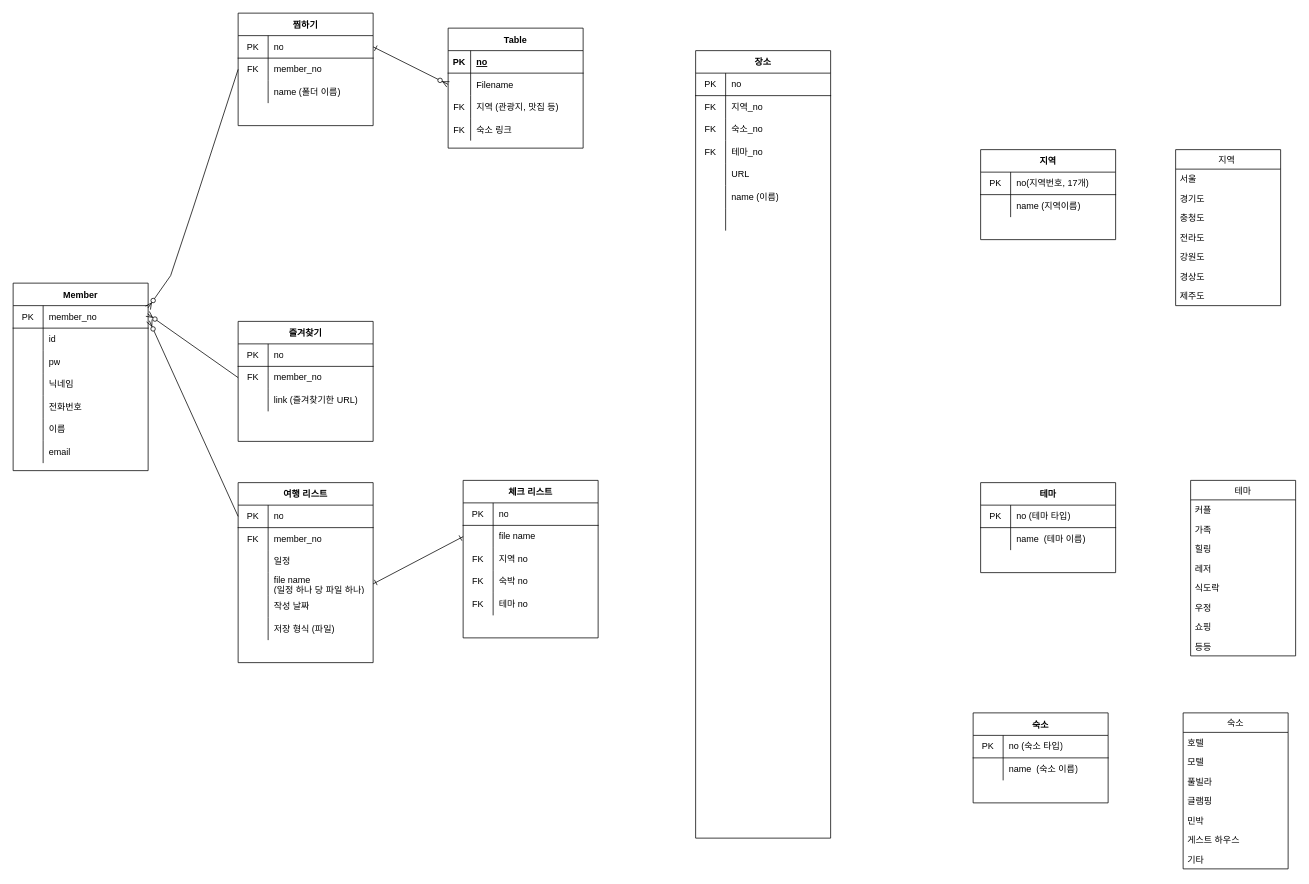
shienka07/DB_study keeps this draw.io diagram as page "Page-1" (1 of 2) of Day_04/최종.drawio. Above is the earlier version. Source tidied: cells renumbered, new cells numbered last; positions are measured from the earlier drawing's top-left corner, leaving out a move shared by most shapes. Both pictures are drawn from the tidied source at 75%, with x=0, y=0 at pixel (13, 13).
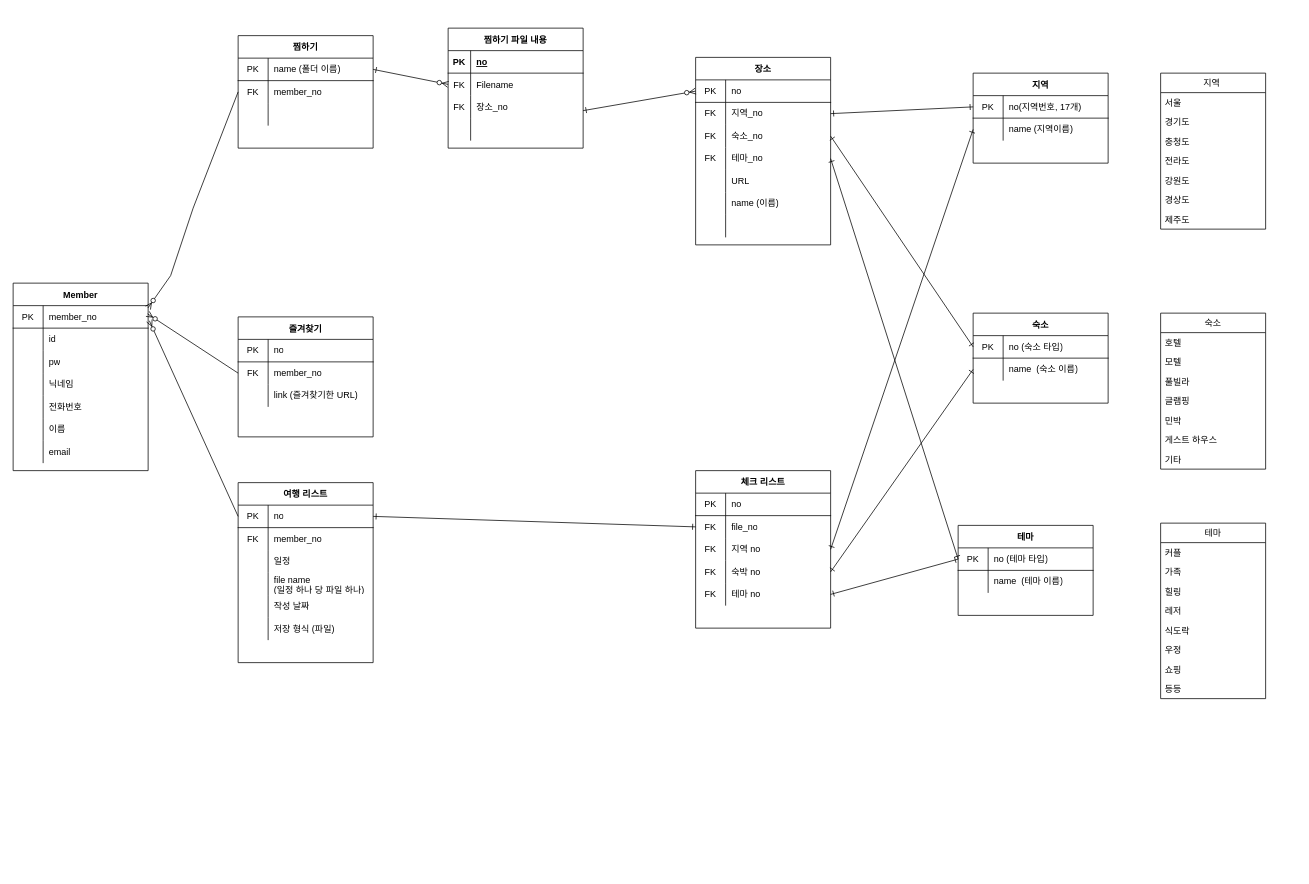
The same diagram, later.

The change refers to these unchanged cells:
```xml
<mxCell id="50" style="shape=partialRectangle;html=1;whiteSpace=wrap;fillColor=none;top=0;left=0;bottom=1;right=0;points=[[0,0.5],[1,0.5]];portConstraint=eastwest;" parent="49" vertex="1">
  <mxGeometry y="30" width="180" height="30" as="geometry" />
</mxCell>
<mxCell id="53" style="shape=partialRectangle;html=1;whiteSpace=wrap;fillColor=none;top=0;left=0;bottom=0;right=0;points=[[0,0.5],[1,0.5]];portConstraint=eastwest;" parent="49" vertex="1">
  <mxGeometry y="60" width="180" height="30" as="geometry" />
</mxCell>
<mxCell id="57" style="shape=partialRectangle;html=1;whiteSpace=wrap;fillColor=none;top=0;left=0;bottom=1;right=0;points=[[0,0.5],[1,0.5]];portConstraint=eastwest;" parent="56" vertex="1">
  <mxGeometry y="30" width="180" height="30" as="geometry" />
</mxCell>
<mxCell id="74" style="shape=partialRectangle;html=1;whiteSpace=wrap;fillColor=none;top=0;left=0;bottom=1;right=0;points=[[0,0.5],[1,0.5]];portConstraint=eastwest;" parent="73" vertex="1">
  <mxGeometry y="30" width="180" height="30" as="geometry" />
</mxCell>
<mxCell id="80" style="shape=partialRectangle;html=1;whiteSpace=wrap;fillColor=none;top=0;left=0;bottom=0;right=0;" parent="73" vertex="1">
  <mxGeometry y="90" width="180" height="30" as="geometry" />
</mxCell>
<mxCell id="84" style="shape=partialRectangle;html=1;whiteSpace=wrap;fillColor=none;top=0;left=0;bottom=1;right=0;points=[[0,0.5],[1,0.5]];portConstraint=eastwest;" parent="83" vertex="1">
  <mxGeometry y="30" width="180" height="30" as="geometry" />
</mxCell>
<mxCell id="93" style="shape=partialRectangle;html=1;whiteSpace=wrap;fillColor=none;top=0;left=0;bottom=0;right=0;points=[[0,0.5],[1,0.5]];portConstraint=eastwest;" parent="83" vertex="1">
  <mxGeometry y="120" width="180" height="30" as="geometry" />
</mxCell>
<mxCell id="106" style="shape=partialRectangle;html=1;whiteSpace=wrap;fillColor=none;top=0;left=0;bottom=0;right=0;points=[[0,0.5],[1,0.5]];portConstraint=eastwest;" parent="102" vertex="1">
  <mxGeometry y="60" width="180" height="30" as="geometry" />
</mxCell>
<mxCell id="109" style="shape=partialRectangle;html=1;whiteSpace=wrap;fillColor=none;top=0;left=0;bottom=0;right=0;points=[[0,0.5],[1,0.5]];portConstraint=eastwest;" parent="102" vertex="1">
  <mxGeometry y="90" width="180" height="30" as="geometry" />
</mxCell>
<mxCell id="112" style="shape=partialRectangle;html=1;whiteSpace=wrap;fillColor=none;top=0;left=0;bottom=0;right=0;points=[[0,0.5],[1,0.5]];portConstraint=eastwest;" parent="102" vertex="1">
  <mxGeometry y="120" width="180" height="30" as="geometry" />
</mxCell>
<mxCell id="115" style="shape=partialRectangle;html=1;whiteSpace=wrap;fillColor=none;top=0;left=0;bottom=0;right=0;points=[[0,0.5],[1,0.5]];portConstraint=eastwest;" parent="102" vertex="1">
  <mxGeometry y="150" width="180" height="30" as="geometry" />
</mxCell>
<mxCell id="126" style="shape=partialRectangle;fillColor=none;top=0;left=0;bottom=0;right=0;points=[[0,0.5],[1,0.5]];portConstraint=eastwest;" parent="122" vertex="1">
  <mxGeometry y="60" width="180" height="30" as="geometry" />
</mxCell>
<mxCell id="137" style="shape=partialRectangle;html=1;whiteSpace=wrap;fillColor=none;top=0;left=0;bottom=1;right=0;points=[[0,0.5],[1,0.5]];portConstraint=eastwest;" parent="136" vertex="1">
  <mxGeometry y="30" width="180" height="30" as="geometry" />
</mxCell>
<mxCell id="140" style="shape=partialRectangle;html=1;whiteSpace=wrap;fillColor=none;top=0;left=0;bottom=0;right=0;points=[[0,0.5],[1,0.5]];portConstraint=eastwest;" parent="136" vertex="1">
  <mxGeometry y="60" width="180" height="30" as="geometry" />
</mxCell>
<mxCell id="143" style="shape=partialRectangle;html=1;whiteSpace=wrap;fillColor=none;top=0;left=0;bottom=0;right=0;points=[[0,0.5],[1,0.5]];portConstraint=eastwest;" parent="136" vertex="1">
  <mxGeometry y="90" width="180" height="30" as="geometry" />
</mxCell>
<mxCell id="146" style="shape=partialRectangle;html=1;whiteSpace=wrap;fillColor=none;top=0;left=0;bottom=0;right=0;points=[[0,0.5],[1,0.5]];portConstraint=eastwest;" parent="136" vertex="1">
  <mxGeometry y="120" width="180" height="30" as="geometry" />
</mxCell>
<mxCell id="159" style="shape=partialRectangle;html=1;whiteSpace=wrap;fillColor=none;top=0;left=0;bottom=1;right=0;points=[[0,0.5],[1,0.5]];portConstraint=eastwest;" parent="158" vertex="1">
  <mxGeometry y="30" width="180" height="30" as="geometry" />
</mxCell>
<mxCell id="162" style="shape=partialRectangle;html=1;whiteSpace=wrap;fillColor=none;top=0;left=0;bottom=0;right=0;points=[[0,0.5],[1,0.5]];portConstraint=eastwest;" parent="158" vertex="1">
  <mxGeometry y="60" width="180" height="30" as="geometry" />
</mxCell>
```

What changed in the source:
```diff
@@
     <mxCell id="2" value="지역 " style="swimlane;fontStyle=0;horizontal=1;startSize=26;" parent="1" vertex="1">
-      <mxGeometry x="1550" y="182" width="140" height="208" as="geometry" />
+      <mxGeometry x="1530" y="80" width="140" height="208" as="geometry" />
     </mxCell>
@@
     <mxCell id="10" value="테마" style="swimlane;fontStyle=0;horizontal=1;startSize=26;" parent="1" vertex="1">
-      <mxGeometry x="1570" y="623" width="140" height="234" as="geometry" />
+      <mxGeometry x="1530" y="680" width="140" height="234" as="geometry" />
     </mxCell>
@@
     <mxCell id="19" value="숙소" style="swimlane;fontStyle=0;horizontal=1;startSize=26;" parent="1" vertex="1">
-      <mxGeometry x="1560" y="933" width="140" height="208" as="geometry" />
+      <mxGeometry x="1530" y="400" width="140" height="208" as="geometry" />
     </mxCell>
@@
     <mxCell id="49" value="지역" style="shape=table;startSize=30;childLayout=tableLayout;rowLines=0;fontStyle=1;align=center;" parent="1" vertex="1">
-      <mxGeometry x="1290" y="182" width="180" height="120" as="geometry" />
+      <mxGeometry x="1280" y="80" width="180" height="120" as="geometry" />
     </mxCell>
@@
     <mxCell id="56" value="테마" style="shape=table;startSize=30;childLayout=tableLayout;rowLines=0;fontStyle=1;align=center;" parent="1" vertex="1">
-      <mxGeometry x="1290" y="626" width="180" height="120" as="geometry" />
+      <mxGeometry x="1260" y="683" width="180" height="120" as="geometry" />
     </mxCell>
@@
     <mxCell id="63" value="즐겨찾기" style="shape=table;startSize=30;childLayout=tableLayout;rowLines=0;fontStyle=1;align=center;" parent="1" vertex="1">
-      <mxGeometry x="300" y="411" width="180" height="160" as="geometry" />
+      <mxGeometry x="300" y="405" width="180" height="160" as="geometry" />
     </mxCell>
@@
     <mxCell id="73" value="찜하기" style="shape=table;startSize=30;childLayout=tableLayout;rowLines=0;fontStyle=1;align=center;" parent="1" vertex="1">
-      <mxGeometry x="300" width="180" height="150" as="geometry" />
+      <mxGeometry x="300" y="30" width="180" height="150" as="geometry" />
     </mxCell>
@@
-    <mxCell id="76" value="no" style="shape=partialRectangle;html=1;whiteSpace=wrap;fillColor=none;top=0;left=0;bottom=0;right=0;align=left;spacingLeft=6;overflow=hidden;" parent="74" vertex="1">
+    <mxCell id="76" value="name (폴더 이름)" style="shape=partialRectangle;html=1;whiteSpace=wrap;fillColor=none;top=0;left=0;bottom=0;right=0;align=left;spacingLeft=6;overflow=hidden;" parent="74" vertex="1">
       <mxGeometry x="40" width="140" height="30" as="geometry" />
     </mxCell>
@@
-    <mxCell id="82" value="name (폴더 이름)" style="shape=partialRectangle;html=1;whiteSpace=wrap;fillColor=none;top=0;left=0;bottom=0;right=0;align=left;spacingLeft=6;overflow=hidden;" parent="80" vertex="1">
+    <mxCell id="82" style="shape=partialRectangle;html=1;whiteSpace=wrap;fillColor=none;top=0;left=0;bottom=0;right=0;align=left;spacingLeft=6;overflow=hidden;" parent="80" vertex="1">
       <mxGeometry x="40" width="140" height="30" as="geometry" />
     </mxCell>
@@
     <mxCell id="102" value="체크 리스트" style="shape=table;startSize=30;childLayout=tableLayout;rowLines=0;fontStyle=1;align=center;" parent="1" vertex="1">
-      <mxGeometry x="600" y="623" width="180" height="210" as="geometry" />
+      <mxGeometry x="910" y="610" width="180" height="210" as="geometry" />
     </mxCell>
@@
-    <mxCell id="107" style="shape=partialRectangle;html=1;whiteSpace=wrap;fillColor=none;top=0;left=0;bottom=0;right=0;overflow=hidden;" parent="106" vertex="1">
+    <mxCell id="107" value="FK" style="shape=partialRectangle;html=1;whiteSpace=wrap;fillColor=none;top=0;left=0;bottom=0;right=0;overflow=hidden;" parent="106" vertex="1">
       <mxGeometry width="40" height="30" as="geometry" />
     </mxCell>
-    <mxCell id="108" value="file name" style="shape=partialRectangle;html=1;whiteSpace=wrap;fillColor=none;top=0;left=0;bottom=0;right=0;align=left;spacingLeft=6;overflow=hidden;" parent="106" vertex="1">
+    <mxCell id="108" value="file_no" style="shape=partialRectangle;html=1;whiteSpace=wrap;fillColor=none;top=0;left=0;bottom=0;right=0;align=left;spacingLeft=6;overflow=hidden;" parent="106" vertex="1">
       <mxGeometry x="40" width="140" height="30" as="geometry" />
     </mxCell>
@@
-    <mxCell id="121" style="endArrow=ERone;startArrow=ERone;html=1;entryX=0;entryY=0.5;entryDx=0;entryDy=0;endFill=0;startFill=0;exitX=1;exitY=0.5;exitDx=0;exitDy=0;" parent="1" edge="1" source="93" target="106">
+    <mxCell id="121" style="endArrow=ERone;startArrow=ERone;html=1;entryX=0;entryY=0.5;entryDx=0;entryDy=0;endFill=0;startFill=0;exitX=1;exitY=0.5;exitDx=0;exitDy=0;" parent="1" edge="1" source="84" target="106">
       <mxGeometry relative="1" as="geometry" />
     </mxCell>
-    <mxCell id="122" value="Table" style="shape=table;startSize=30;childLayout=tableLayout;rowLines=0;fontStyle=1;align=center;" parent="1" vertex="1">
+    <mxCell id="122" value="찜하기 파일 내용" style="shape=table;startSize=30;childLayout=tableLayout;rowLines=0;fontStyle=1;align=center;" parent="1" vertex="1">
       <mxGeometry x="580" y="20" width="180" height="160" as="geometry" />
     </mxCell>
@@
-    <mxCell id="127" style="shape=partialRectangle;fillColor=none;top=0;left=0;bottom=0;right=0;overflow=hidden;" parent="126" vertex="1">
+    <mxCell id="127" value="FK" style="shape=partialRectangle;fillColor=none;top=0;left=0;bottom=0;right=0;overflow=hidden;" parent="126" vertex="1">
       <mxGeometry width="30" height="30" as="geometry" />
     </mxCell>
@@
+    <mxCell id="165" style="shape=partialRectangle;fillColor=none;top=0;left=0;bottom=0;right=0;" parent="122" vertex="1">
+      <mxGeometry y="90" width="180" height="30" as="geometry" />
+    </mxCell>
+    <mxCell id="133" value="FK" style="shape=partialRectangle;fillColor=none;top=0;left=0;bottom=0;right=0;overflow=hidden;" parent="165" vertex="1">
+      <mxGeometry width="30" height="30" as="geometry" />
+    </mxCell>
+    <mxCell id="166" value="장소_no" style="shape=partialRectangle;fillColor=none;top=0;left=0;bottom=0;right=0;align=left;spacingLeft=6;overflow=hidden;" parent="165" vertex="1">
+      <mxGeometry x="30" width="150" height="30" as="geometry" />
+    </mxCell>
     <mxCell id="129" style="shape=partialRectangle;fillColor=none;top=0;left=0;bottom=0;right=0;" parent="122" vertex="1">
-      <mxGeometry y="90" width="180" height="30" as="geometry" />
+      <mxGeometry y="120" width="180" height="30" as="geometry" />
     </mxCell>
-    <mxCell id="130" value="FK" style="shape=partialRectangle;fillColor=none;top=0;left=0;bottom=0;right=0;overflow=hidden;" parent="129" vertex="1">
+    <mxCell id="130" style="shape=partialRectangle;fillColor=none;top=0;left=0;bottom=0;right=0;overflow=hidden;" parent="129" vertex="1">
       <mxGeometry width="30" height="30" as="geometry" />
     </mxCell>
-    <mxCell id="131" value="지역 (관광지, 맛집 등)" style="shape=partialRectangle;fillColor=none;top=0;left=0;bottom=0;right=0;align=left;spacingLeft=6;overflow=hidden;" parent="129" vertex="1">
+    <mxCell id="131" style="shape=partialRectangle;fillColor=none;top=0;left=0;bottom=0;right=0;align=left;spacingLeft=6;overflow=hidden;" parent="129" vertex="1">
       <mxGeometry x="30" width="150" height="30" as="geometry" />
     </mxCell>
-    <mxCell id="132" style="shape=partialRectangle;fillColor=none;top=0;left=0;bottom=0;right=0;" parent="122" vertex="1">
-      <mxGeometry y="120" width="180" height="30" as="geometry" />
-    </mxCell>
-    <mxCell id="133" value="FK" style="shape=partialRectangle;fillColor=none;top=0;left=0;bottom=0;right=0;overflow=hidden;" parent="132" vertex="1">
-      <mxGeometry width="30" height="30" as="geometry" />
-    </mxCell>
-    <mxCell id="134" value="숙소 링크" style="shape=partialRectangle;fillColor=none;top=0;left=0;bottom=0;right=0;align=left;spacingLeft=6;overflow=hidden;" parent="132" vertex="1">
-      <mxGeometry x="30" width="150" height="30" as="geometry" />
-    </mxCell>
@@
     <mxCell id="136" value="장소" style="shape=table;startSize=30;childLayout=tableLayout;rowLines=0;fontStyle=1;align=center;" parent="1" vertex="1">
-      <mxGeometry x="910" y="50" width="180" height="1050" as="geometry" />
+      <mxGeometry x="910" y="59" width="180" height="250" as="geometry" />
     </mxCell>
@@
     <mxCell id="158" value="숙소" style="shape=table;startSize=30;childLayout=tableLayout;rowLines=0;fontStyle=1;align=center;" parent="1" vertex="1">
-      <mxGeometry x="1280" y="933" width="180" height="120" as="geometry" />
+      <mxGeometry x="1280" y="400" width="180" height="120" as="geometry" />
     </mxCell>
@@
+    <mxCell id="167" style="endArrow=ERone;startArrow=ERone;html=1;exitX=1;exitY=0.5;exitDx=0;exitDy=0;startFill=0;endFill=0;entryX=0;entryY=0.5;entryDx=0;entryDy=0;" parent="1" edge="1" source="140" target="50">
+      <mxGeometry relative="1" as="geometry" />
+    </mxCell>
+    <mxCell id="168" style="endArrow=ERone;startArrow=ERone;html=1;exitX=1;exitY=0.5;exitDx=0;exitDy=0;startFill=0;endFill=0;entryX=0;entryY=0.5;entryDx=0;entryDy=0;" parent="1" edge="1" source="143" target="159">
+      <mxGeometry relative="1" as="geometry" />
+    </mxCell>
+    <mxCell id="169" style="endArrow=ERone;startArrow=ERone;html=1;exitX=1;exitY=0.5;exitDx=0;exitDy=0;startFill=0;endFill=0;entryX=0;entryY=0.5;entryDx=0;entryDy=0;" parent="1" edge="1" source="146" target="57">
+      <mxGeometry relative="1" as="geometry" />
+    </mxCell>
+    <mxCell id="170" style="endArrow=ERzeroToMany;startArrow=ERone;html=1;entryX=0;entryY=0.5;entryDx=0;entryDy=0;startFill=0;endFill=1;" parent="1" edge="1" target="137">
+      <mxGeometry relative="1" as="geometry">
+        <mxPoint x="760" y="130" as="sourcePoint" />
+      </mxGeometry>
+    </mxCell>
+    <mxCell id="171" style="endArrow=ERone;startArrow=ERone;html=1;startFill=0;endFill=0;entryX=0;entryY=0.5;entryDx=0;entryDy=0;exitX=1;exitY=0.5;exitDx=0;exitDy=0;" parent="1" edge="1" source="109" target="53">
+      <mxGeometry relative="1" as="geometry" />
+    </mxCell>
+    <mxCell id="172" style="endArrow=ERone;startArrow=ERone;html=1;startFill=0;endFill=0;entryX=0;entryY=0.5;entryDx=0;entryDy=0;exitX=1;exitY=0.5;exitDx=0;exitDy=0;" parent="1" edge="1" source="112" target="162">
+      <mxGeometry relative="1" as="geometry" />
+    </mxCell>
+    <mxCell id="173" style="endArrow=ERone;startArrow=ERone;html=1;startFill=0;endFill=0;entryX=0;entryY=0.5;entryDx=0;entryDy=0;exitX=1;exitY=0.5;exitDx=0;exitDy=0;" parent="1" edge="1" source="115" target="57">
+      <mxGeometry relative="1" as="geometry" />
+    </mxCell>
```
